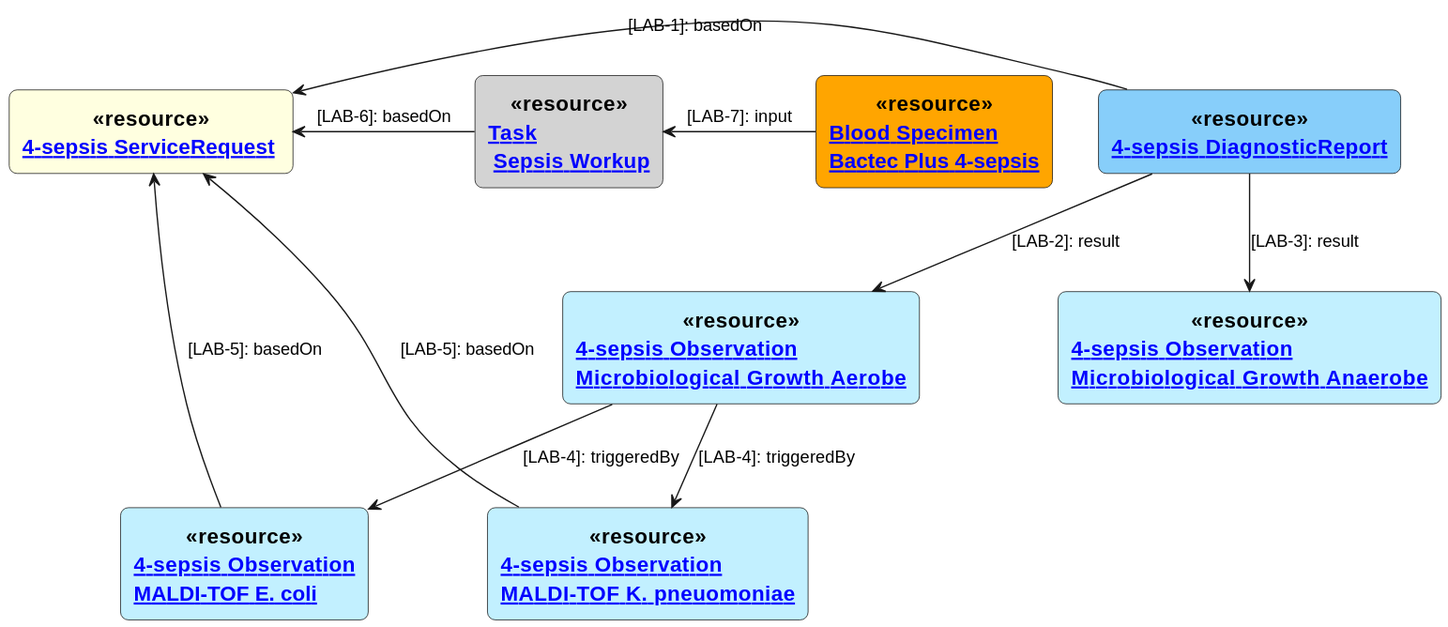
This is input/images/4-sepsis-additional-testing.svg from hl7ch/ch-lab-order, a PlantUML export, as it was before one commit.
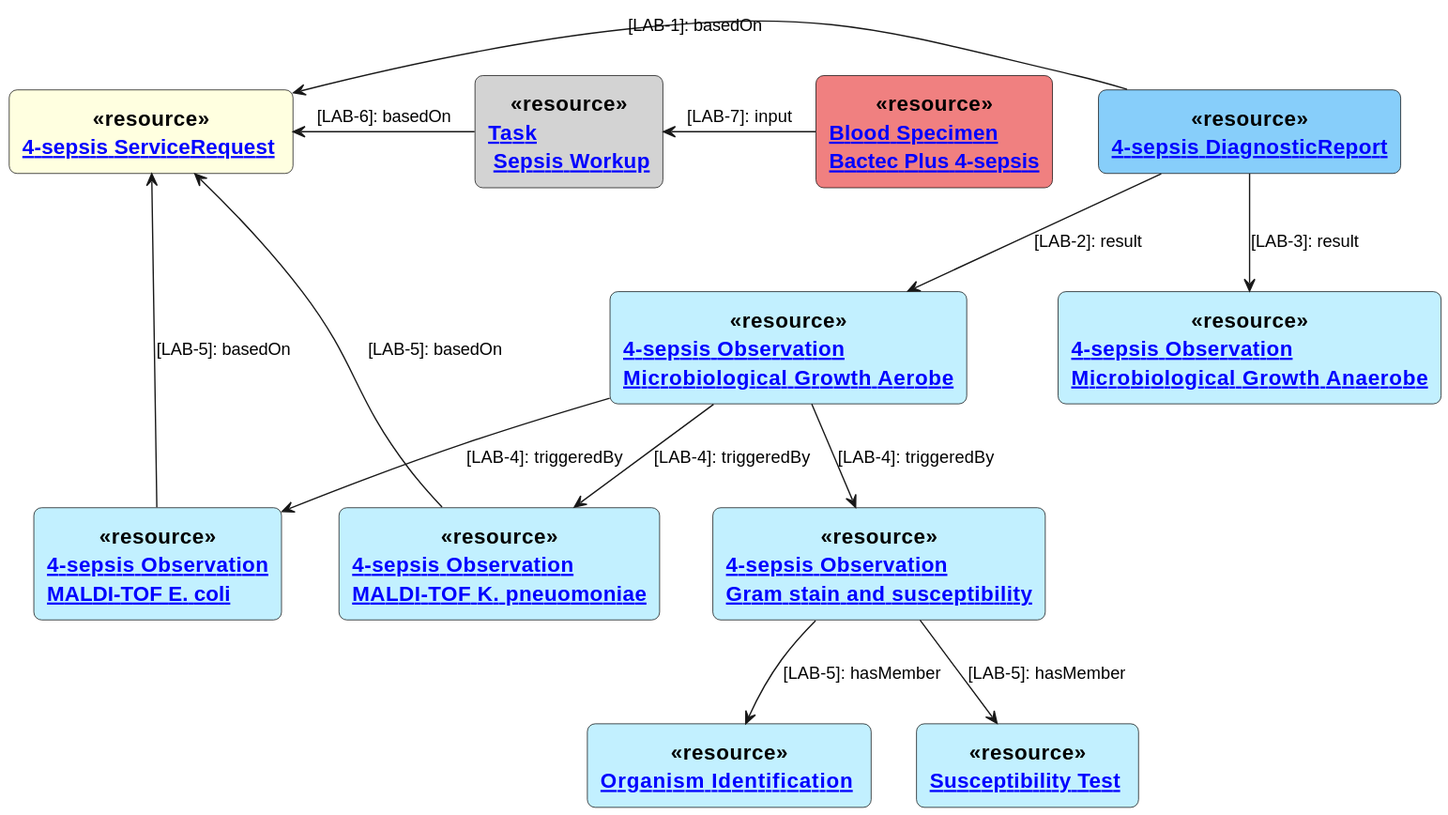
Above is the later version.

Commit message:
add sepis-gram-susceptibility files to 2-sepsis

Diff of the diagram source:
```diff
@@ -15,8 +15,11 @@
 rectangle "[[Observation-observationMicrobiolGrowthAnaerobe.html 4-sepsis Observation\nMicrobiological Growth Anaerobe]]" as OMANA <<$bProcess>><<resource>> #APPLICATION
 rectangle "[[Observation-observationMALDI-TOF-Ecoli.html 4-sepsis Observation\nMALDI-TOF E. coli]]" as OMTE <<$bProcess>><<resource>> #APPLICATION
 rectangle "[[Observation-observationMALDI-TOF-Kpneu.html 4-sepsis Observation\nMALDI-TOF K. pneuomoniae]]" as OMTK <<$bProcess>><<resource>> #APPLICATION
+rectangle "[[Observation-observationGramStainAndSusceptibility.html 4-sepsis Observation\nGram stain and susceptibility]]" as OMGR <<$bProcess>><<resource>> #APPLICATION
+rectangle "[[Observation-OrganismIdentification.html Organism Identification ]]" as OI <<$bProcess>><<resource>> #APPLICATION
+rectangle "[[Observation-SusceptibilityTest.html Susceptibility Test ]]" as ST <<$bProcess>><<resource>> #APPLICATION
 rectangle "[[Task-SepsisWorkup.html Task\n Sepsis Workup]]" as T1 <<$bProcess>><<resource>> #LightGray
-rectangle "[[Specimen-Blood-bactec-plus-4-sepsis.html Blood Specimen\nBactec Plus 4-sepsis]]" as BS <<$bProcess>><<resource>> #Orange
+rectangle "[[Specimen-Blood-bactec-plus-4-sepsis.html Blood Specimen\nBactec Plus 4-sepsis]]" as BS <<$bProcess>><<resource>> #LightCoral
 
 SR <-right- DR : [LAB-1]: basedOn
 DR -down-> OMA : [LAB-2]: result
@@ -25,6 +28,9 @@
 OMTE -up-> SR : [LAB-5]: basedOn
 OMA -down-> OMTK : [LAB-4]: triggeredBy
 OMTK -up-> SR : [LAB-5]: basedOn
+OMA -down-> OMGR : [LAB-4]: triggeredBy
+OMGR -down-> OI : [LAB-5]: hasMember
+OMGR -down-> ST : [LAB-5]: hasMember
 SR <-right- T1 : [LAB-6]: basedOn
 T1 <-right- BS : [LAB-7]: input
 @enduml
```
